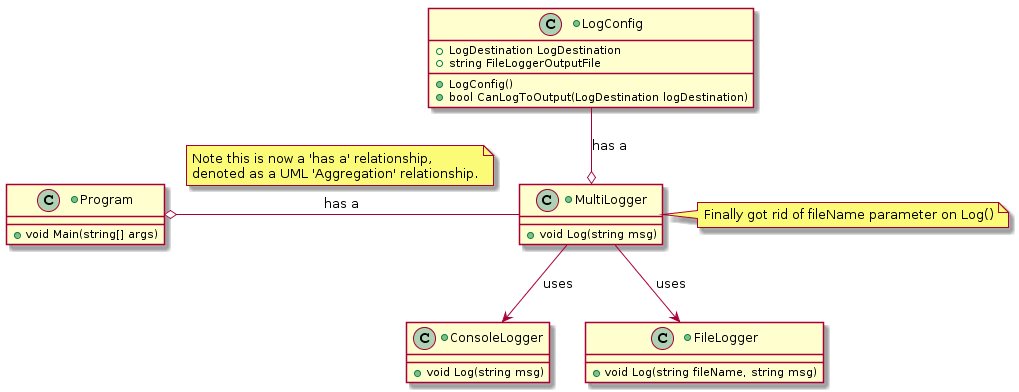
cmps253/design-architecture keeps this PlantUML diagram as Lesson 07 Dynamic Log Output/Solution 1 Configuration File/images/Class-Diagram.png. Above is the earlier version. Source of this version:
```plantuml
@startuml
+class ConsoleLogger {
  +void Log(string msg)
}
+class FileLogger {
  +void Log(string fileName, string msg)
}

+class MultiLogger {
  +void Log(string msg)
}

+class Program {
    +void Main(string[] args)
}

+class LogConfig {
    +LogConfig()
    +LogDestination LogDestination
    +bool CanLogToOutput(LogDestination logDestination)
    +string FileLoggerOutputFile
}
Program o-right- MultiLogger : has a
note top on link
	Note this is now a 'has a' relationship,
	denoted as a UML 'Aggregation' relationship.
end note
MultiLogger -down-> ConsoleLogger : uses
MultiLogger -down-> FileLogger : uses
MultiLogger o-up- LogConfig : has a

note right of MultiLogger : Finally got rid of fileName parameter on Log()
@enduml
```
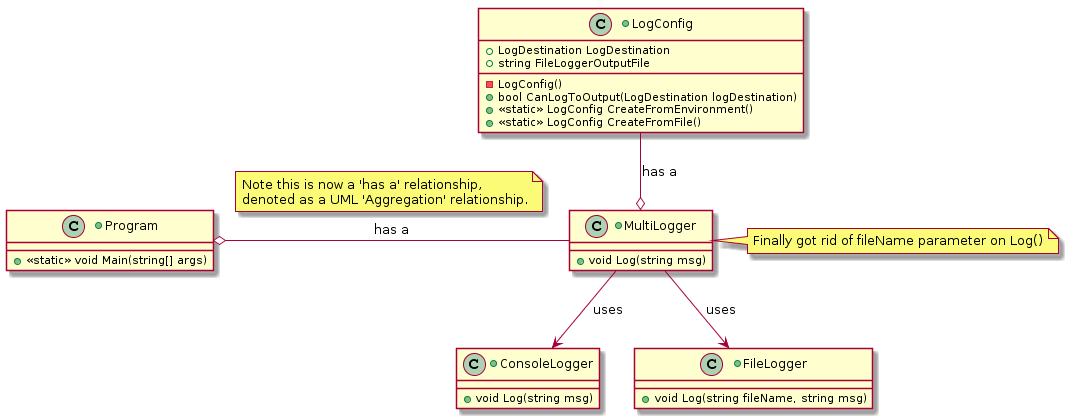
Later version of the same file.

What changed in the source:
```diff
@@ -11,14 +11,16 @@
 }
 
 +class Program {
-    +void Main(string[] args)
+    +<<static>> void Main(string[] args)
 }
 
 +class LogConfig {
-    +LogConfig()
+    -LogConfig()
     +LogDestination LogDestination
     +bool CanLogToOutput(LogDestination logDestination)
     +string FileLoggerOutputFile
+    +<<static>> LogConfig CreateFromEnvironment()
+    +<<static>> LogConfig CreateFromFile()
 }
 Program o-right- MultiLogger : has a
 note top on link
```
